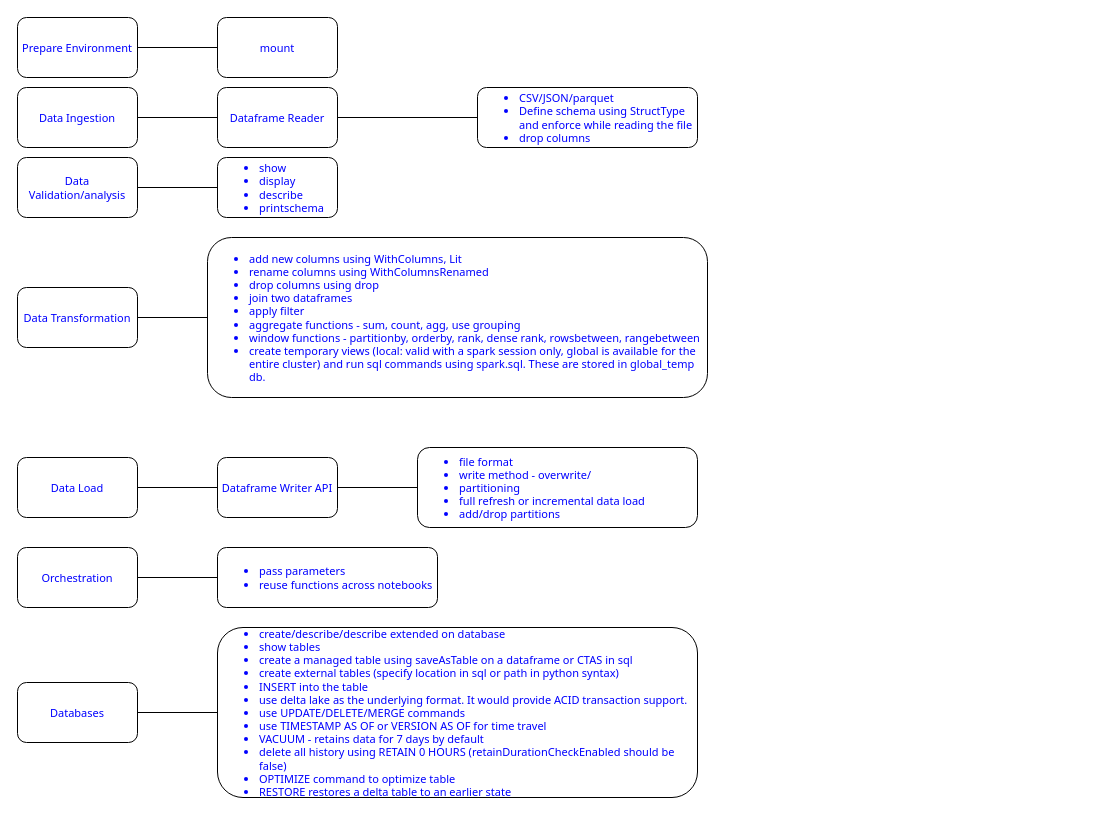
kanchantewary/MindMaps keeps this draw.io diagram as page "programming" (4 of 4) of databricks.drawio. Above is the earlier version. Source tidied: cells renumbered, new cells numbered last; positions are measured from the earlier drawing's top-left corner, leaving out a move shared by most shapes. Both pictures are drawn from the tidied source at 100%, with x=0, y=0 at pixel (17, 17).
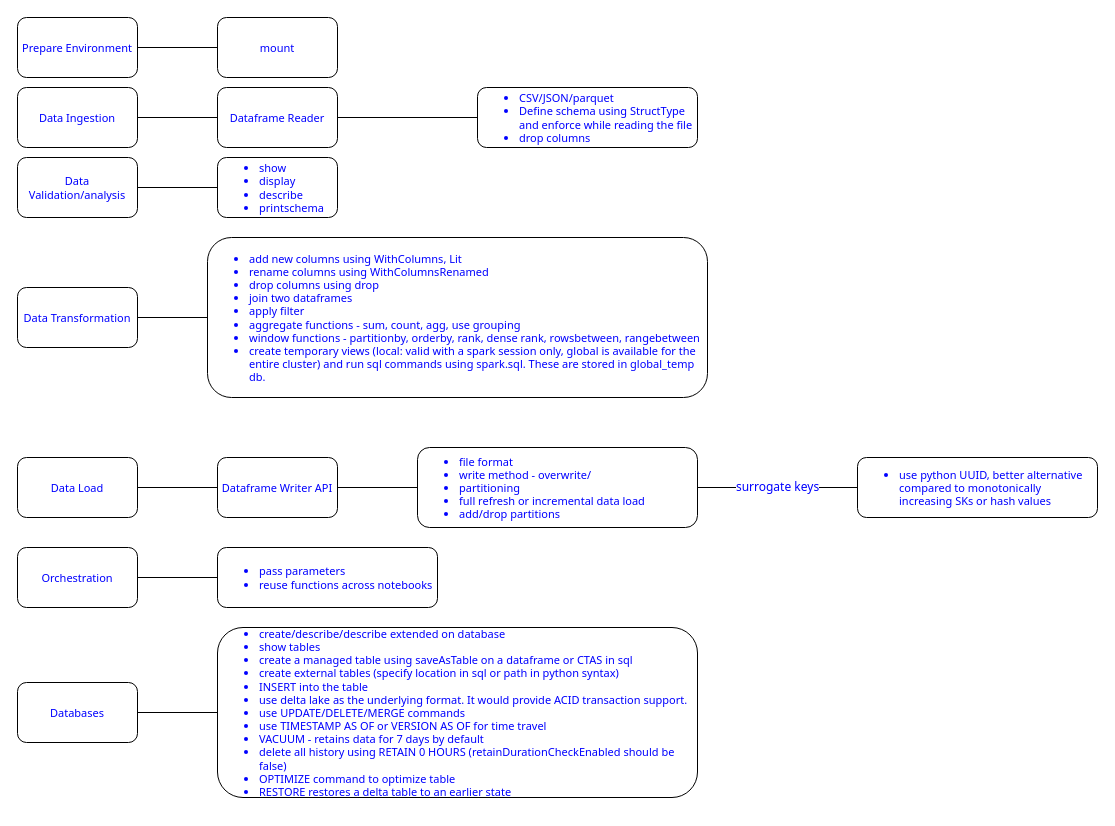
The same diagram, later.

The change refers to these unchanged cells:
```xml
<mxCell id="20" value="&lt;ul&gt;&lt;li&gt;file format&lt;/li&gt;&lt;li&gt;write method - overwrite/&lt;/li&gt;&lt;li&gt;partitioning&lt;/li&gt;&lt;li&gt;full refresh or incremental data load&lt;/li&gt;&lt;li&gt;add/drop partitions&lt;/li&gt;&lt;/ul&gt;" style="whiteSpace=wrap;html=1;fontSize=11;fontFamily=Tahoma;fontColor=#0000FF;rounded=1;align=left;" parent="1" vertex="1">
  <mxGeometry x="400" y="430" width="280" height="80" as="geometry" />
</mxCell>
```

The edit, as a diff of the source:
```diff
@@
+    <mxCell id="27" value="surrogate keys" style="edgeStyle=orthogonalEdgeStyle;rounded=1;jettySize=auto;html=1;fontFamily=Tahoma;fontSize=12;fontColor=#0000FF;endArrow=none;endFill=0;" parent="1" edge="1" source="20" target="28">
+      <mxGeometry relative="1" as="geometry" />
+    </mxCell>
@@
+    <mxCell id="28" value="&lt;ul&gt;&lt;li&gt;use python UUID, better alternative compared to monotonically increasing SKs or hash values&lt;/li&gt;&lt;/ul&gt;" style="whiteSpace=wrap;html=1;fontSize=11;fontFamily=Tahoma;align=left;fontColor=#0000FF;rounded=1;" parent="1" vertex="1">
+      <mxGeometry x="840" y="440" width="240" height="60" as="geometry" />
+    </mxCell>
```
